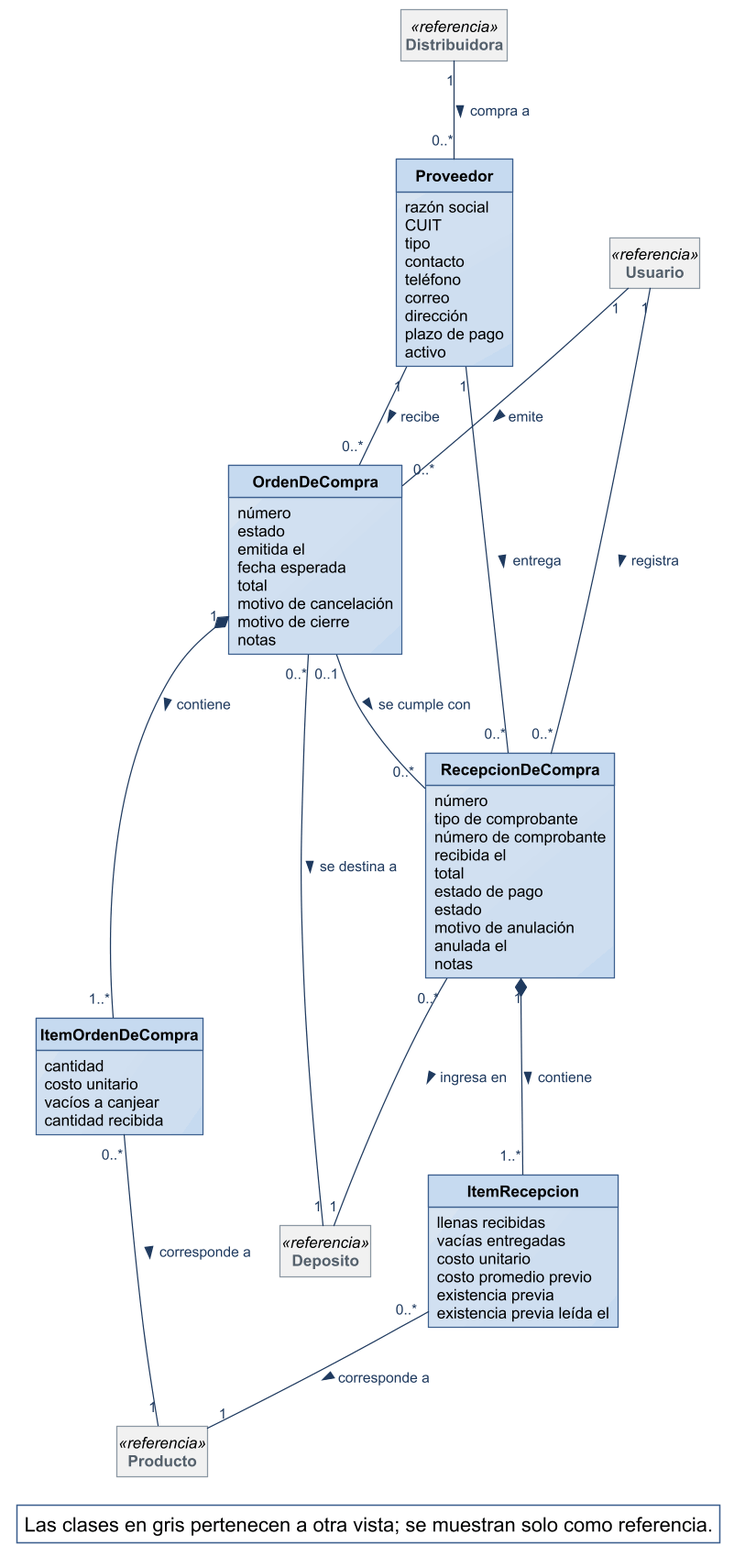
This is diagramas/modelo-conceptual/MC_Compras.png from Nahuelito-Dev/splg-docs, a PlantUML export, as it was before one commit.
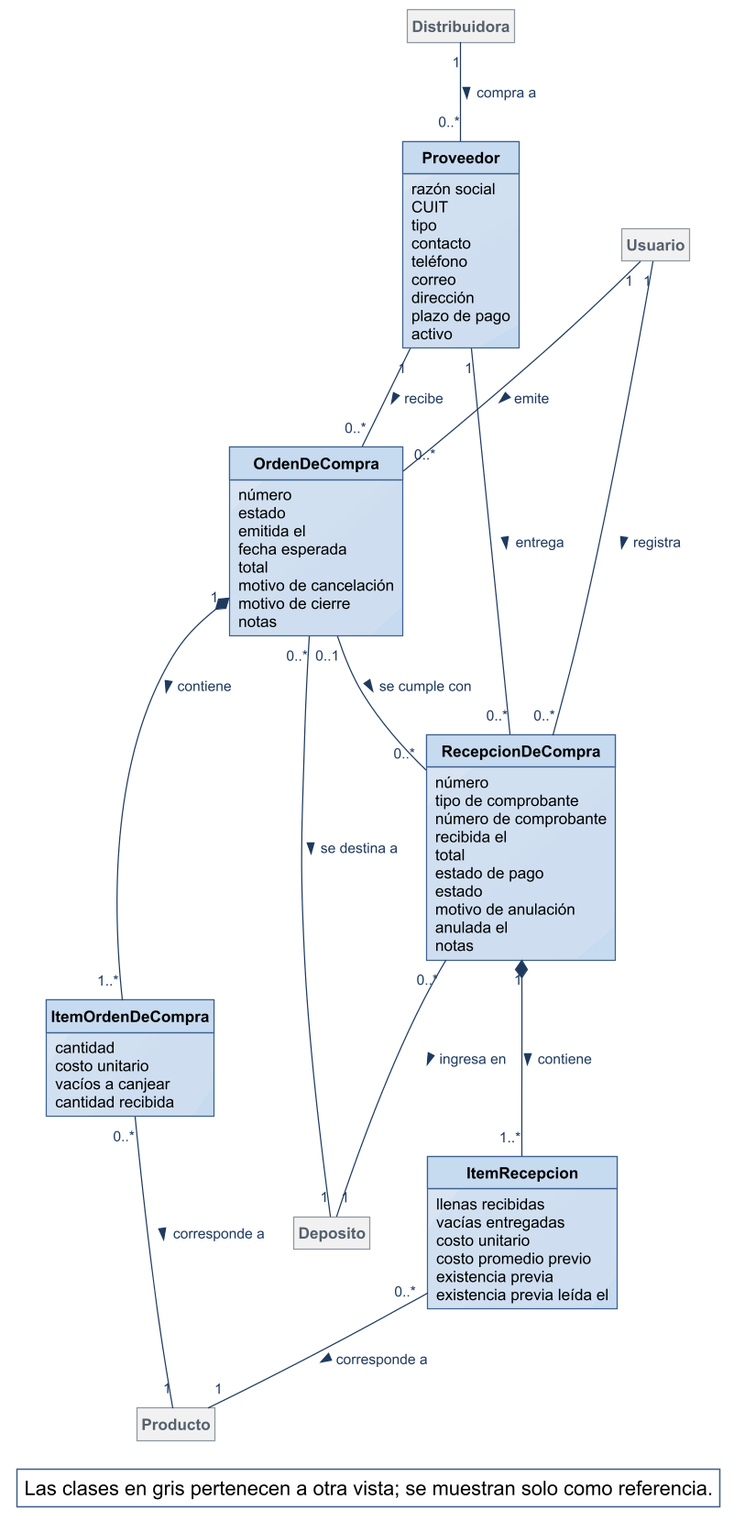
Above is the later version.

Change to the diagram source:
```diff
@@ -2,11 +2,6 @@
 !include ../estilo-vp.iuml
 skinparam nodesep 40
 skinparam ranksep 55
-skinparam class<<referencia>> {
-  BackgroundColor #F1F1F1
-  BorderColor #8A97A3
-  FontColor #55616C
-}
 skinparam packageStyle rectangle
 hide circle
 hide methods
@@ -59,10 +54,10 @@
   existencia previa
   existencia previa leída el
 }
-class Deposito <<referencia>>
-class Producto <<referencia>>
-class Usuario <<referencia>>
-class Distribuidora <<referencia>>
+class Deposito #F1F1F1;line:8A97A3;text:55616C
+class Producto #F1F1F1;line:8A97A3;text:55616C
+class Usuario #F1F1F1;line:8A97A3;text:55616C
+class Distribuidora #F1F1F1;line:8A97A3;text:55616C
 
 
 Distribuidora "1" -- "0..*" Proveedor : compra a >
```
